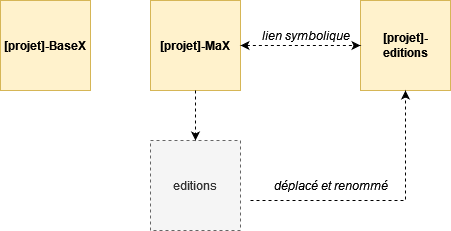
The draw.io diagram mémoire/Mémoire LateX/img/partie_2/editions.png in ElsaVK/Dyrin, before a commit. Source tidied: cells renumbered, new cells last; positions are measured from the earlier drawing's top-left corner, leaving out a move shared by most shapes.
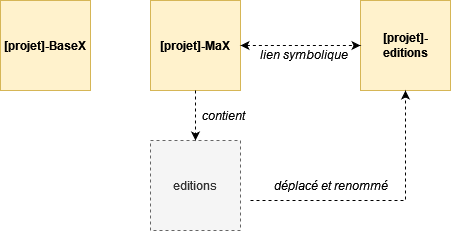
After the change.

The edit, as a diff of the source:
```diff
@@ -26,10 +26,13 @@
       <mxGeometry relative="1" as="geometry" />
     </mxCell>
     <mxCell id="9" value="&lt;i&gt;lien symbolique&lt;/i&gt;" style="text;html=1;align=center;verticalAlign=middle;strokeColor=none;fillColor=none;" parent="1" vertex="1">
-      <mxGeometry x="250" y="20" width="110" height="30" as="geometry" />
+      <mxGeometry x="248" y="39" width="110" height="30" as="geometry" />
     </mxCell>
     <mxCell id="10" value="&lt;i&gt;déplacé et renommé&lt;/i&gt;" style="text;html=1;align=center;verticalAlign=middle;strokeColor=none;fillColor=none;" parent="1" vertex="1">
       <mxGeometry x="260" y="170" width="140" height="30" as="geometry" />
     </mxCell>
+    <mxCell id="11" value="&lt;i&gt;contient&lt;/i&gt;" style="text;html=1;strokeColor=none;fillColor=none;align=center;verticalAlign=middle;whiteSpace=wrap;rounded=0;" parent="1" vertex="1">
+      <mxGeometry x="193" y="100" width="60" height="30" as="geometry" />
+    </mxCell>
   </root>
 </mxGraphModel>
```
